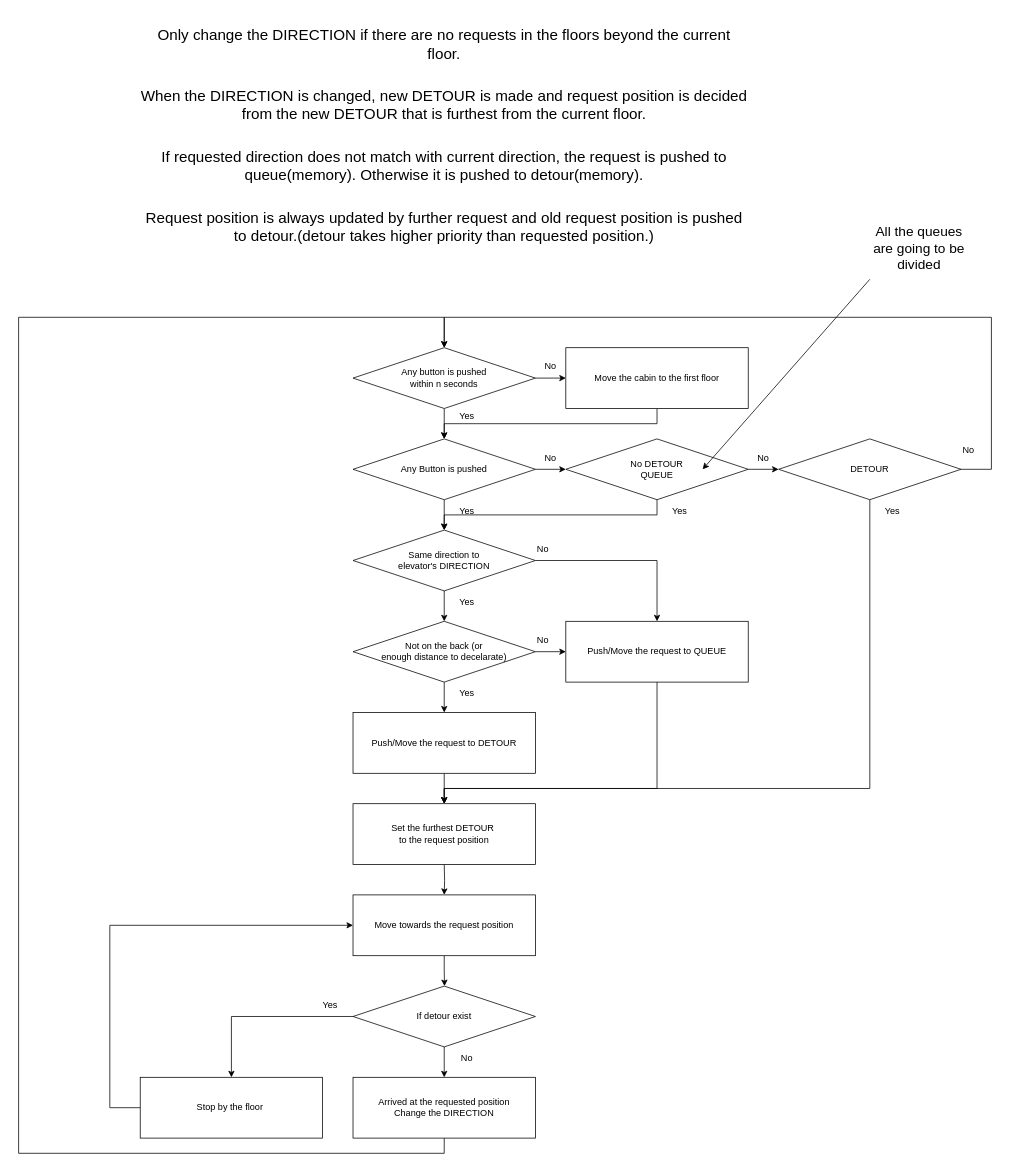
Above: Algorithm.drawio in lkw56/Elevator (draw.io), before the change. Source tidied: cells renumbered, new cells numbered last; positions are measured from the earlier drawing's top-left corner, leaving out a move shared by most shapes. Both pictures are drawn from the tidied source at 76%, with x=0, y=0 at pixel (18, 13).
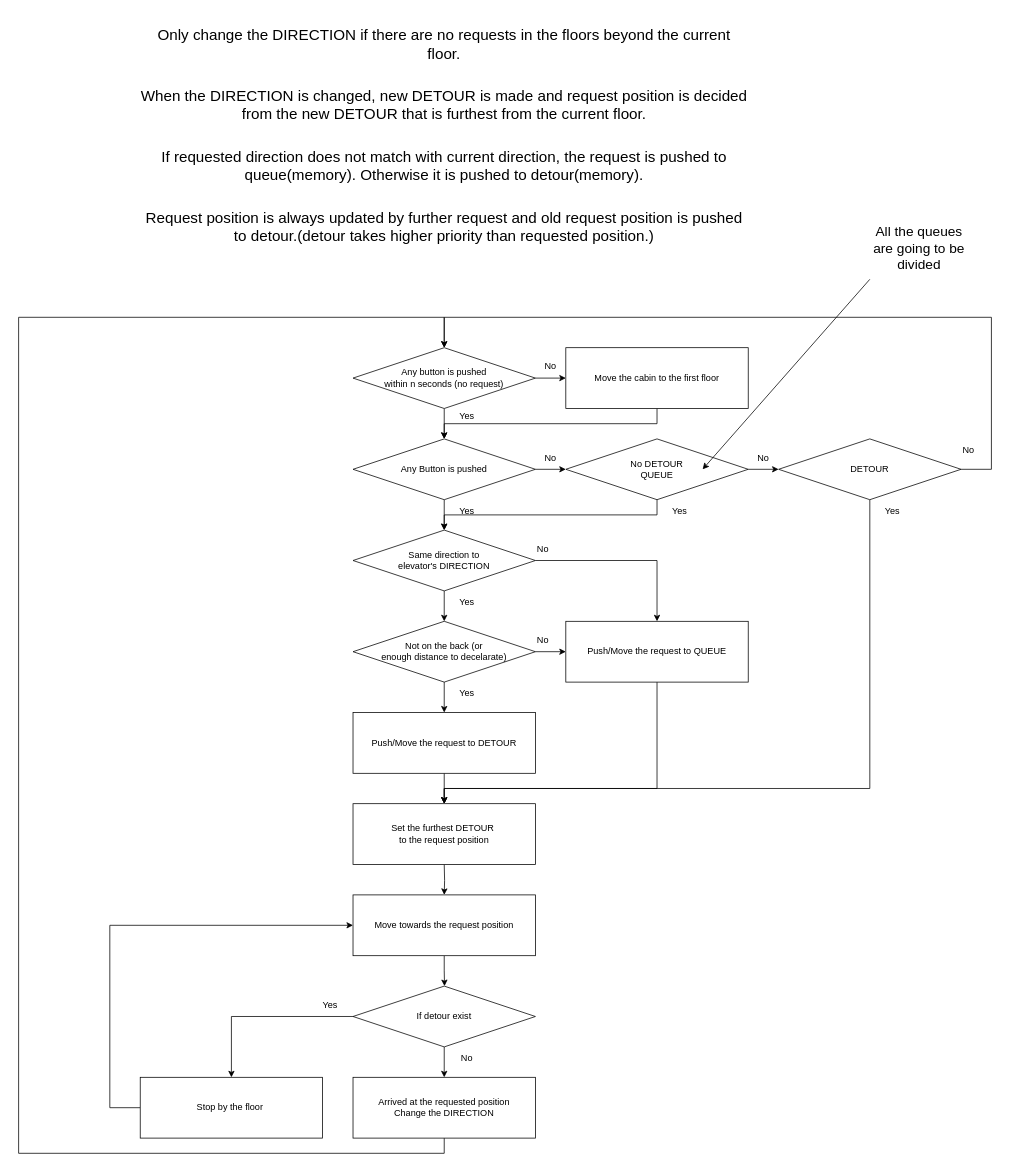
The same diagram, later.

Diff of the diagram source:
```diff
@@
-    <mxCell id="47" value="Any button is pushed&lt;br&gt;within n seconds" style="rhombus;whiteSpace=wrap;html=1;" parent="1" vertex="1">
+    <mxCell id="47" value="Any button is pushed&lt;br&gt;within n seconds (no request)" style="rhombus;whiteSpace=wrap;html=1;" parent="1" vertex="1">
       <mxGeometry x="440" y="440" width="240" height="80" as="geometry" />
     </mxCell>
```
